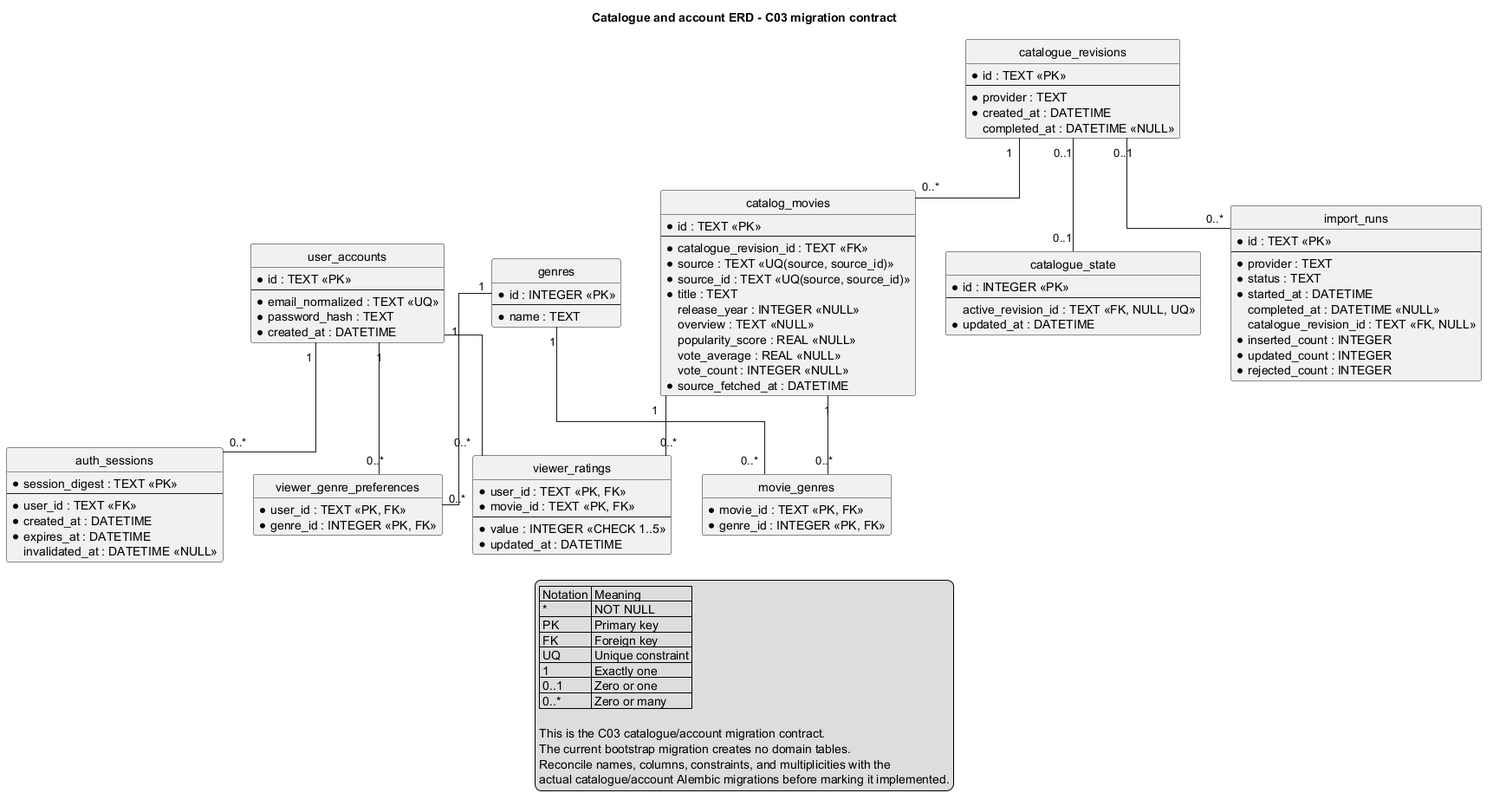
This is docs/images/erd.png from SE-FDA-NEU/ai66a_group3_C1_SE, a PlantUML export, as it was before one commit.
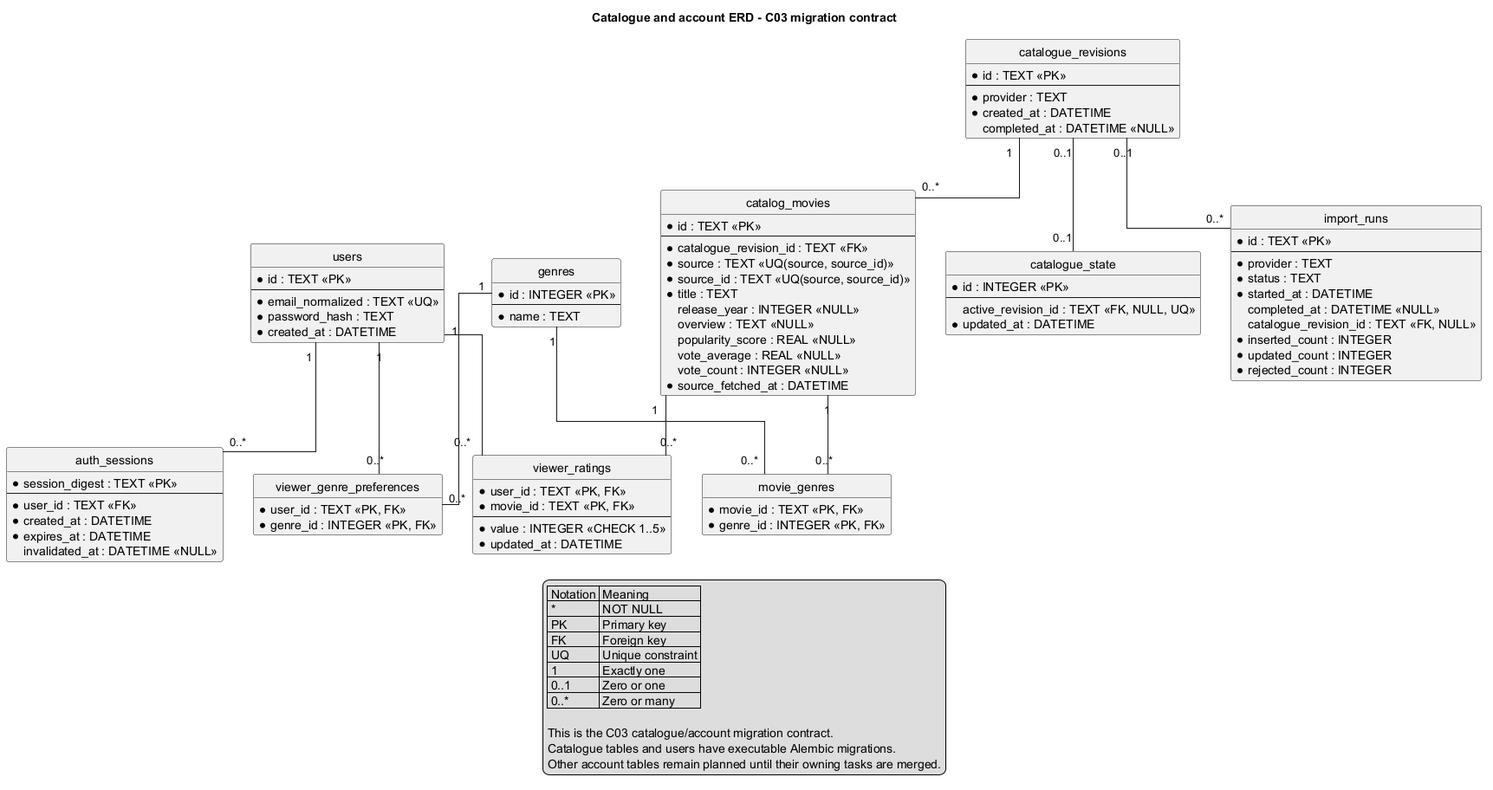
Later version of the same file.

The edit, as a diff of the source:
```diff
@@ -11,7 +11,7 @@
   HeaderBackgroundColor #D9E8FB
 }
 
-entity "user_accounts" as user_accounts {
+entity "users" as users {
   * id : TEXT <<PK>>
   --
   * email_normalized : TEXT <<UQ>>
@@ -95,9 +95,9 @@
   * rejected_count : INTEGER
 }
 
-user_accounts "1" -- "0..*" auth_sessions
-user_accounts "1" -- "0..*" viewer_genre_preferences
-user_accounts "1" -- "0..*" viewer_ratings
+users "1" -- "0..*" auth_sessions
+users "1" -- "0..*" viewer_genre_preferences
+users "1" -- "0..*" viewer_ratings
 genres "1" -- "0..*" viewer_genre_preferences
 rev "1" -- "0..*" movie_rows
 rev "0..1" -- "0..1" active_state
@@ -117,8 +117,7 @@
   | 0..* | Zero or many |
 
   This is the C03 catalogue/account migration contract.
-  The current bootstrap migration creates no domain tables.
-  Reconcile names, columns, constraints, and multiplicities with the
-  actual catalogue/account Alembic migrations before marking it implemented.
+  Catalogue tables and users have executable Alembic migrations.
+  Other account tables remain planned until their owning tasks are merged.
 endlegend
 @enduml
```
